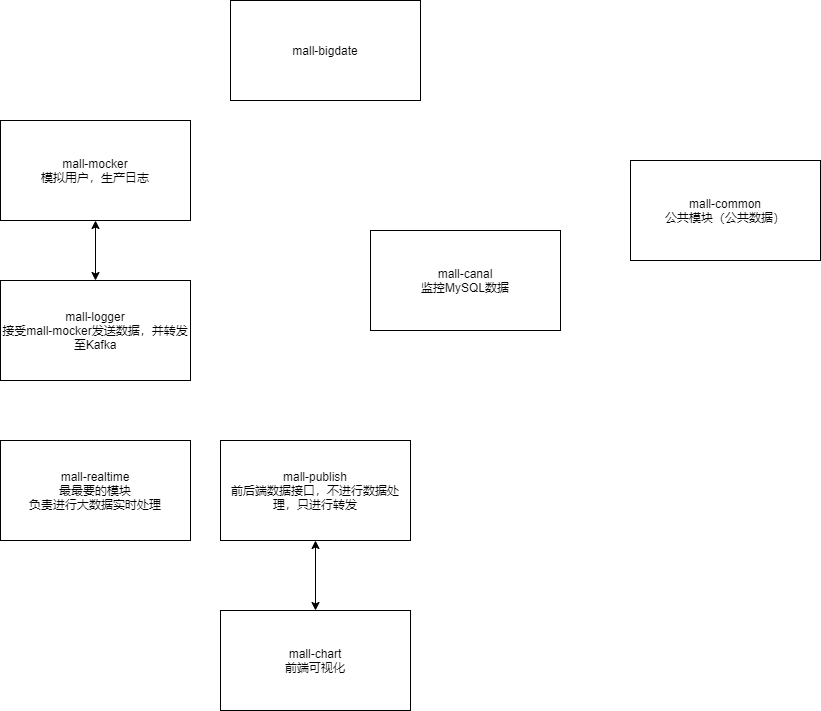
Above: 分模块功能.png in dyzcs/mall-2020 (draw.io), before the change. Source tidied: cells renumbered, new cells last; positions are measured from the earlier drawing's top-left corner, leaving out a move shared by most shapes.
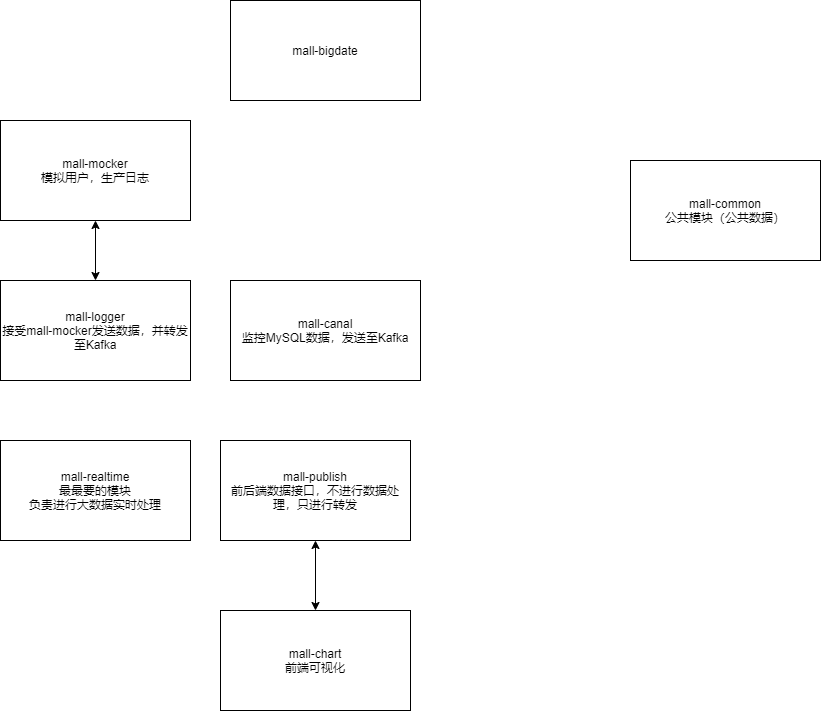
The same diagram one commit later.

Commit message:
更新分模块功能.png

Change to the diagram source:
```diff
@@ -8,8 +8,8 @@
     <mxCell id="3" value="mall-mocker&lt;br&gt;模拟用户，生产日志" style="rounded=0;whiteSpace=wrap;html=1;" parent="1" vertex="1">
       <mxGeometry y="120" width="190" height="100" as="geometry" />
     </mxCell>
-    <mxCell id="4" value="mall-canal&lt;br&gt;监控MySQL数据" style="rounded=0;whiteSpace=wrap;html=1;" parent="1" vertex="1">
-      <mxGeometry x="370" y="230" width="190" height="100" as="geometry" />
+    <mxCell id="4" value="mall-canal&lt;br&gt;监控MySQL数据，发送至Kafka" style="rounded=0;whiteSpace=wrap;html=1;" parent="1" vertex="1">
+      <mxGeometry x="230" y="280" width="190" height="100" as="geometry" />
     </mxCell>
     <mxCell id="5" value="mall-chart&lt;br&gt;前端可视化" style="rounded=0;whiteSpace=wrap;html=1;" parent="1" vertex="1">
       <mxGeometry x="220" y="610" width="190" height="100" as="geometry" />
```
